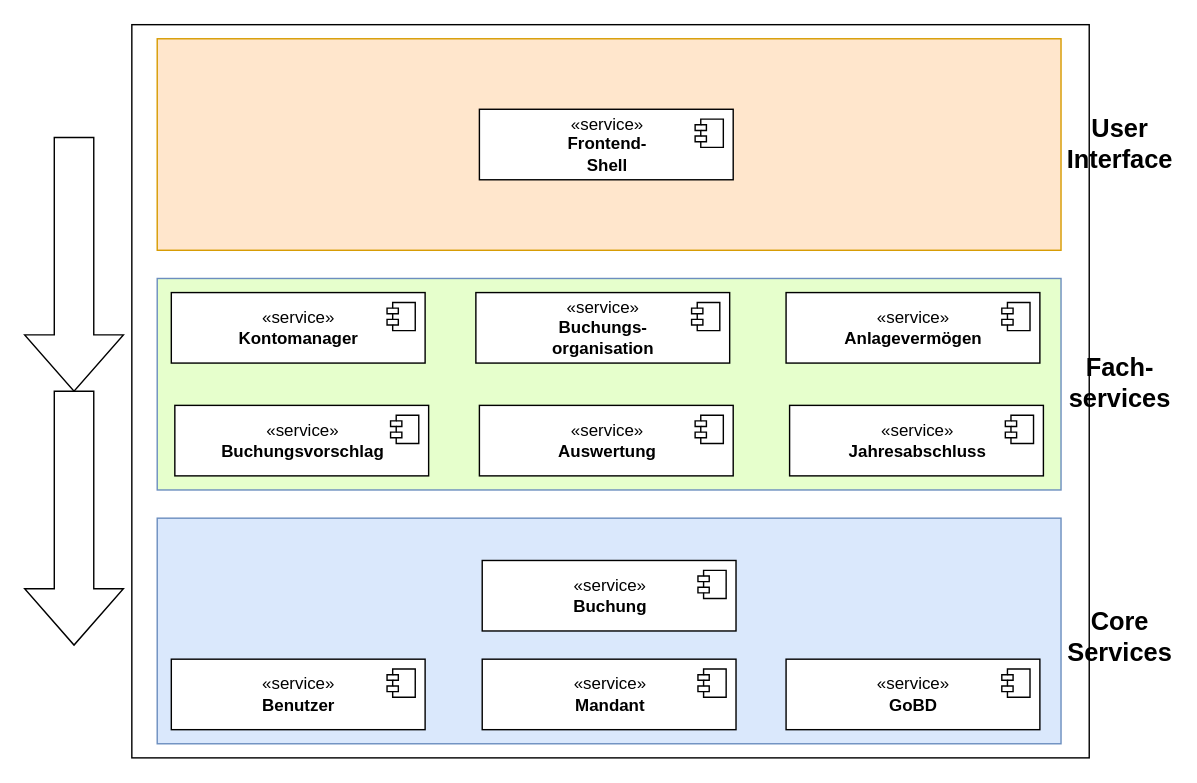
This is page "technische Komponenten" (3 of 6) of architektur/Architektur.drawio from DirkPodolakEssquare/agenda, a draw.io file, before an edit. Source tidied: cells renumbered, new cells numbered last; positions are measured from the earlier drawing's top-left corner, leaving out a move shared by most shapes. Both pictures are drawn from the tidied source at 141%, with x=0, y=0 at pixel (24, 24).
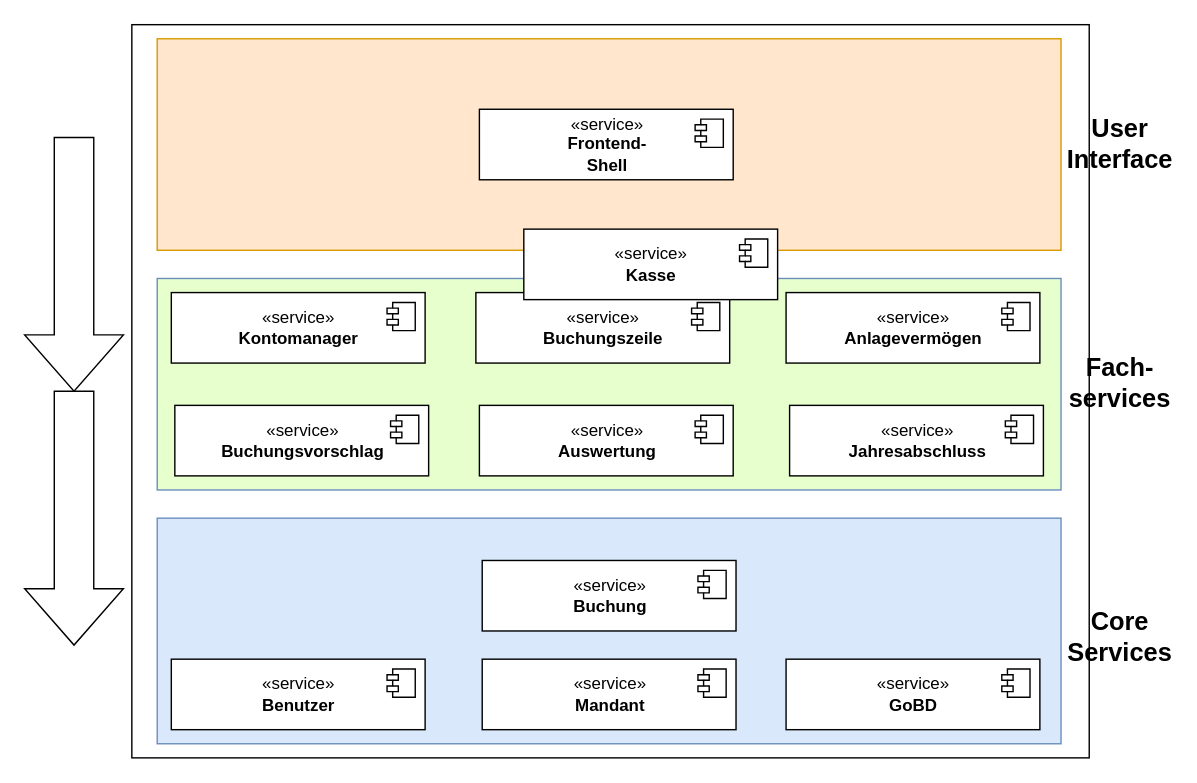
The same diagram, later.

What changed in the source:
```diff
@@
-    <mxCell id="13" value="«service»&lt;br&gt;&lt;b&gt;Buchungs-&lt;br&gt;organisation&lt;br&gt;&lt;/b&gt;" style="html=1;" parent="1" vertex="1">
+    <mxCell id="13" value="«service»&lt;br&gt;&lt;b&gt;Buchungszeile&lt;br&gt;&lt;/b&gt;" style="html=1;" parent="1" vertex="1">
       <mxGeometry x="320" y="190" width="180" height="50" as="geometry" />
     </mxCell>
@@
+    <mxCell id="33" value="«service»&lt;br&gt;&lt;b&gt;Kasse&lt;br&gt;&lt;/b&gt;" style="html=1;" parent="1" vertex="1">
+      <mxGeometry x="354" y="145" width="180" height="50" as="geometry" />
+    </mxCell>
+    <mxCell id="34" style="shape=module;jettyWidth=8;jettyHeight=4;" parent="33" vertex="1">
+      <mxGeometry x="1" width="20" height="20" relative="1" as="geometry">
+        <mxPoint x="-27" y="7" as="offset" />
+      </mxGeometry>
+    </mxCell>
```
